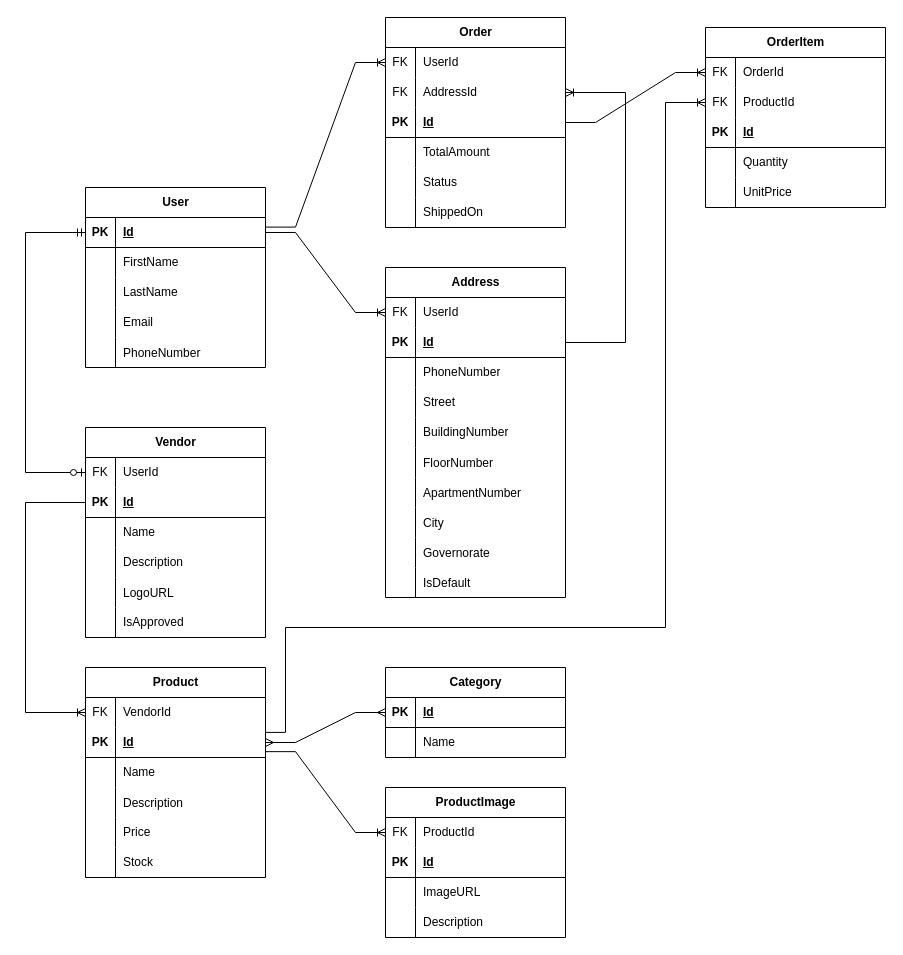
This is ERD.drawio from AmrSaher/MarketSquare, a draw.io file, before an edit. Source tidied: cells renumbered, new cells numbered last; positions are measured from the earlier drawing's top-left corner, leaving out a move shared by most shapes. Both pictures are drawn from the tidied source at 100%, with x=0, y=0 at pixel (25, 17).
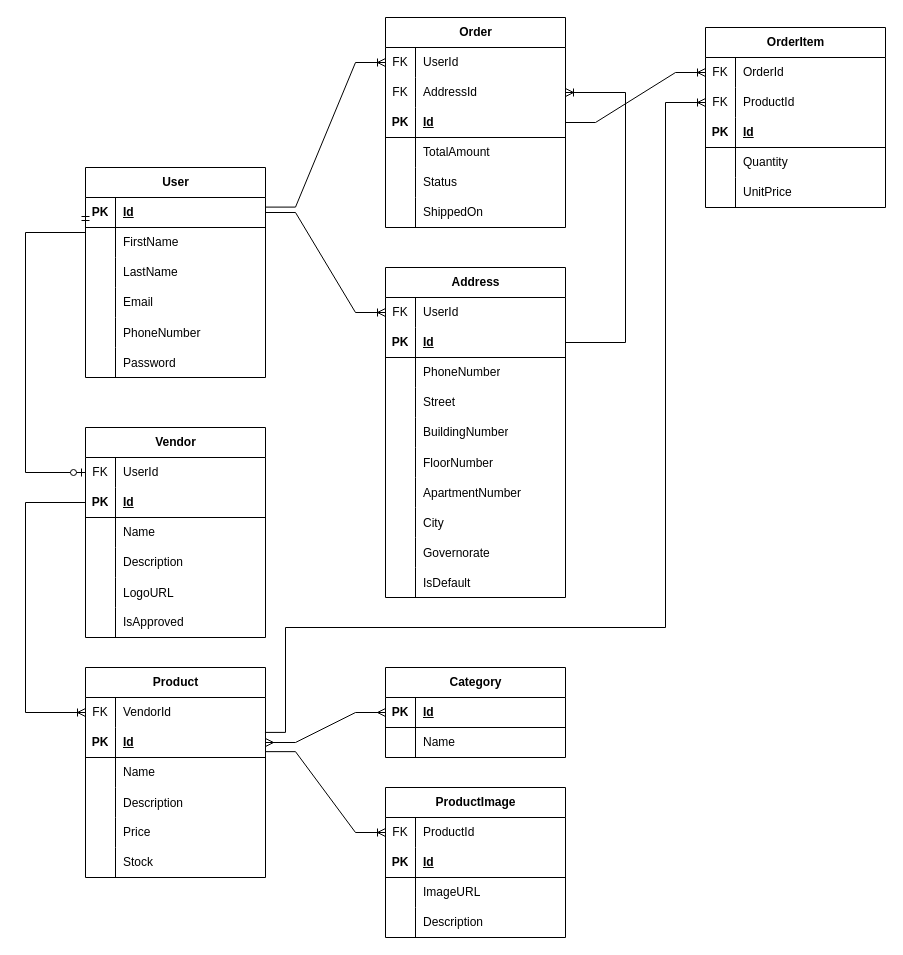
Above is the later version.

Commit message:
finish the base ERD

Diff of the diagram source:
```diff
@@
     <mxCell id="2" value="User" style="shape=table;startSize=30;childLayout=tableLayout;rowLines=0;fontStyle=1;align=center;html=1;" parent="1" vertex="1">
-      <mxGeometry x="60" y="170" width="180" height="180" as="geometry" />
+      <mxGeometry x="60" y="150" width="180" height="210" as="geometry" />
     </mxCell>
@@
+    <mxCell id="151" style="shape=tableRow;horizontal=0;startSize=0;swimlaneHead=0;swimlaneBody=0;fillColor=none;top=0;left=0;right=0;bottom=0;" parent="2" vertex="1">
+      <mxGeometry y="180" width="180" height="30" as="geometry" />
+    </mxCell>
+    <mxCell id="152" style="shape=partialRectangle;fillColor=none;top=0;left=0;bottom=0;right=0;overflow=hidden;" parent="151" vertex="1">
+      <mxGeometry width="30" height="30" as="geometry" />
+    </mxCell>
+    <mxCell id="153" value="Password" style="shape=partialRectangle;fillColor=none;top=0;left=0;bottom=0;right=0;align=left;spacingLeft=6;overflow=hidden;" parent="151" vertex="1">
+      <mxGeometry x="30" width="150" height="30" as="geometry" />
+    </mxCell>
```
